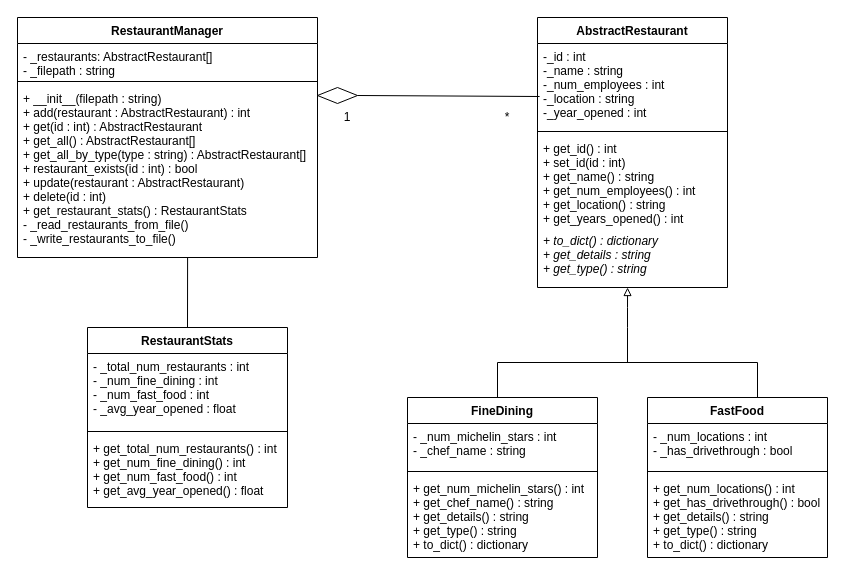
memoryofzero/ACIT2515_Assignment keeps this draw.io diagram as UML.drawio. Above is the earlier version. Source tidied: cells renumbered, new cells numbered last; positions are measured from the earlier drawing's top-left corner, leaving out a move shared by most shapes. Both pictures are drawn from the tidied source at 100%, with x=0, y=0 at pixel (17, 17).
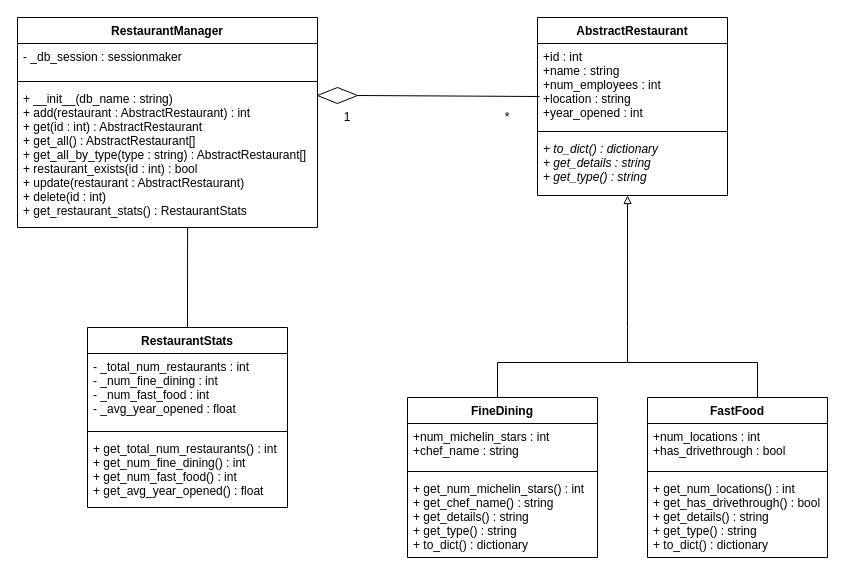
The same page after the edit.

Unchanged cells that the change refers to:
```xml
<mxCell id="7" value="FineDining" style="swimlane;fontStyle=1;align=center;verticalAlign=top;horizontal=1;startSize=26;" parent="1" vertex="1">
  <mxGeometry x="390" y="380" width="190" height="160" as="geometry" />
</mxCell>
<mxCell id="11" value="FastFood" style="swimlane;fontStyle=1;align=center;verticalAlign=top;horizontal=1;startSize=26;" parent="1" vertex="1">
  <mxGeometry x="630" y="380" width="180" height="160" as="geometry" />
</mxCell>
```

Diff of the diagram source:
```diff
@@
     <mxCell id="2" value="AbstractRestaurant" style="swimlane;fontStyle=1;align=center;verticalAlign=top;horizontal=1;startSize=26;" parent="1" vertex="1">
-      <mxGeometry x="520" width="190" height="270" as="geometry" />
+      <mxGeometry x="520" width="190" height="178" as="geometry" />
     </mxCell>
-    <mxCell id="3" value="-_id : int&#10;-_name : string&#10;-_num_employees : int&#10;-_location : string&#10;-_year_opened : int" style="text;strokeColor=none;fillColor=none;align=left;verticalAlign=top;spacingLeft=4;spacingRight=4;overflow=hidden;points=[[0,0.5],[1,0.5]];portConstraint=eastwest;" parent="2" vertex="1">
+    <mxCell id="3" value="+id : int&#10;+name : string&#10;+num_employees : int&#10;+location : string&#10;+year_opened : int" style="text;strokeColor=none;fillColor=none;align=left;verticalAlign=top;spacingLeft=4;spacingRight=4;overflow=hidden;points=[[0,0.5],[1,0.5]];portConstraint=eastwest;" parent="2" vertex="1">
       <mxGeometry y="26" width="190" height="84" as="geometry" />
     </mxCell>
@@
-    <mxCell id="5" value="+ get_id() : int&#10;+ set_id(id : int)&#10;+ get_name() : string&#10;+ get_num_employees() : int&#10;+ get_location() : string&#10;+ get_years_opened() : int&#10;" style="text;strokeColor=none;fillColor=none;align=left;verticalAlign=top;spacingLeft=4;spacingRight=4;overflow=hidden;fontStyle=0;" parent="2" vertex="1">
-      <mxGeometry y="118" width="190" height="92" as="geometry" />
-    </mxCell>
     <mxCell id="6" value="+ to_dict() : dictionary&#10;+ get_details : string&#10;+ get_type() : string" style="text;strokeColor=none;fillColor=none;align=left;verticalAlign=top;spacingLeft=4;spacingRight=4;overflow=hidden;points=[[0,0.5],[1,0.5]];portConstraint=eastwest;fontStyle=2;" parent="2" vertex="1">
-      <mxGeometry y="210" width="190" height="60" as="geometry" />
+      <mxGeometry y="118" width="190" height="60" as="geometry" />
     </mxCell>
@@
-    <mxCell id="8" value="- _num_michelin_stars : int&#10;- _chef_name : string" style="text;strokeColor=none;fillColor=none;align=left;verticalAlign=top;spacingLeft=4;spacingRight=4;overflow=hidden;" parent="7" vertex="1">
+    <mxCell id="8" value="+num_michelin_stars : int&#10;+chef_name : string" style="text;strokeColor=none;fillColor=none;align=left;verticalAlign=top;spacingLeft=4;spacingRight=4;overflow=hidden;" parent="7" vertex="1">
       <mxGeometry y="26" width="190" height="44" as="geometry" />
     </mxCell>
@@
-    <mxCell id="12" value="- _num_locations : int&#10;- _has_drivethrough : bool" style="text;strokeColor=none;fillColor=none;align=left;verticalAlign=top;spacingLeft=4;spacingRight=4;overflow=hidden;" parent="11" vertex="1">
+    <mxCell id="12" value="+num_locations : int&#10;+has_drivethrough : bool" style="text;strokeColor=none;fillColor=none;align=left;verticalAlign=top;spacingLeft=4;spacingRight=4;overflow=hidden;" parent="11" vertex="1">
       <mxGeometry y="26" width="180" height="44" as="geometry" />
     </mxCell>
@@
     <mxCell id="17" value="RestaurantManager" style="swimlane;fontStyle=1;align=center;verticalAlign=top;horizontal=1;startSize=26;strokeWidth=1;" parent="1" vertex="1">
-      <mxGeometry width="300" height="240" as="geometry" />
+      <mxGeometry width="300" height="210" as="geometry" />
     </mxCell>
-    <mxCell id="18" value="- _restaurants: AbstractRestaurant[]&#10;- _filepath : string" style="text;strokeColor=none;fillColor=none;align=left;verticalAlign=top;spacingLeft=4;spacingRight=4;overflow=hidden;" parent="17" vertex="1">
+    <mxCell id="18" value="- _db_session : sessionmaker" style="text;strokeColor=none;fillColor=none;align=left;verticalAlign=top;spacingLeft=4;spacingRight=4;overflow=hidden;" parent="17" vertex="1">
       <mxGeometry y="26" width="300" height="34" as="geometry" />
     </mxCell>
@@
-    <mxCell id="20" value="+ __init__(filepath : string)&#10;+ add(restaurant : AbstractRestaurant) : int&#10;+ get(id : int) : AbstractRestaurant&#10;+ get_all() : AbstractRestaurant[]&#10;+ get_all_by_type(type : string) : AbstractRestaurant[]&#10;+ restaurant_exists(id : int) : bool&#10;+ update(restaurant : AbstractRestaurant)&#10;+ delete(id : int)&#10;+ get_restaurant_stats() : RestaurantStats&#10;- _read_restaurants_from_file()&#10;- _write_restaurants_to_file()" style="text;strokeColor=none;fillColor=none;align=left;verticalAlign=top;spacingLeft=4;spacingRight=4;overflow=hidden;points=[[0,0.5],[1,0.5]];portConstraint=eastwest;" parent="17" vertex="1">
-      <mxGeometry y="68" width="300" height="172" as="geometry" />
+    <mxCell id="20" value="+ __init__(db_name : string)&#10;+ add(restaurant : AbstractRestaurant) : int&#10;+ get(id : int) : AbstractRestaurant&#10;+ get_all() : AbstractRestaurant[]&#10;+ get_all_by_type(type : string) : AbstractRestaurant[]&#10;+ restaurant_exists(id : int) : bool&#10;+ update(restaurant : AbstractRestaurant)&#10;+ delete(id : int)&#10;+ get_restaurant_stats() : RestaurantStats" style="text;strokeColor=none;fillColor=none;align=left;verticalAlign=top;spacingLeft=4;spacingRight=4;overflow=hidden;points=[[0,0.5],[1,0.5]];portConstraint=eastwest;" parent="17" vertex="1">
+      <mxGeometry y="68" width="300" height="142" as="geometry" />
     </mxCell>
```
